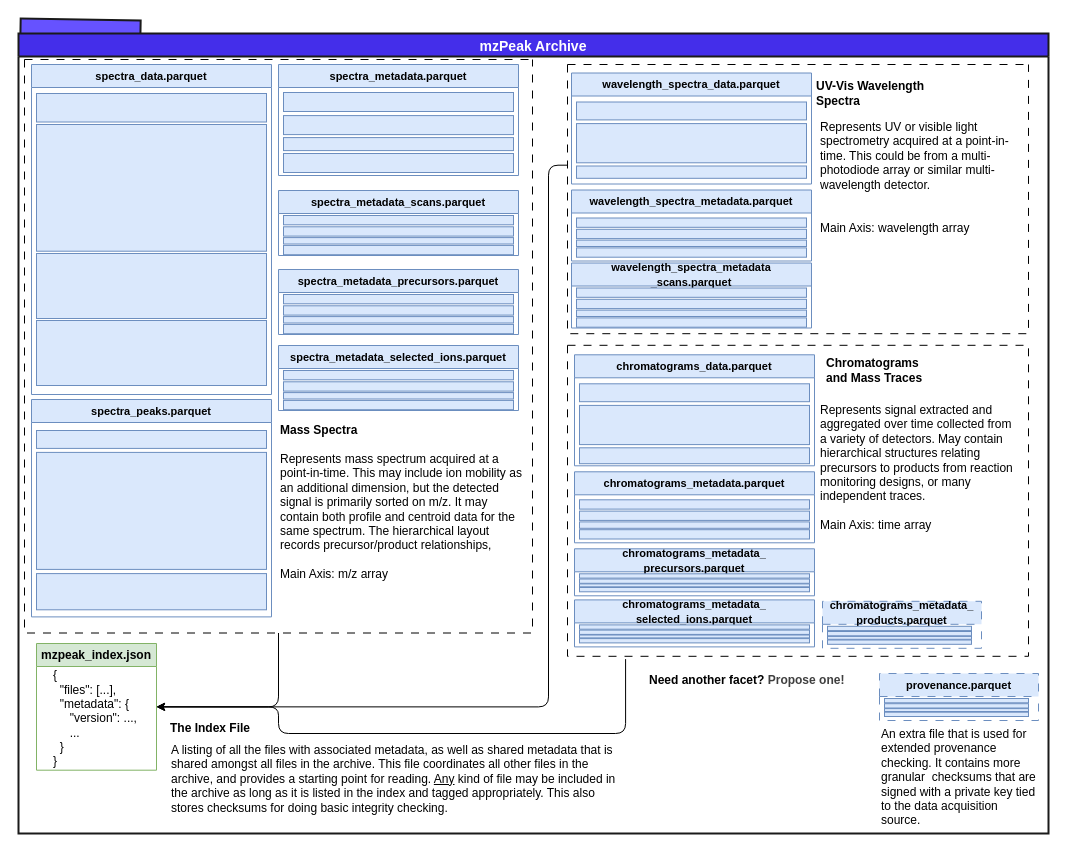
The draw.io diagram docs/assets/img/archive-layout.drawio in HUPO-PSI/mzPeak-specification, before the edit. Source tidied: cells renumbered, new cells numbered last; positions are measured from the earlier drawing's top-left corner, leaving out a move shared by most shapes. Both pictures are drawn from the tidied source at 100%, with x=0, y=0 at pixel (18, 19).
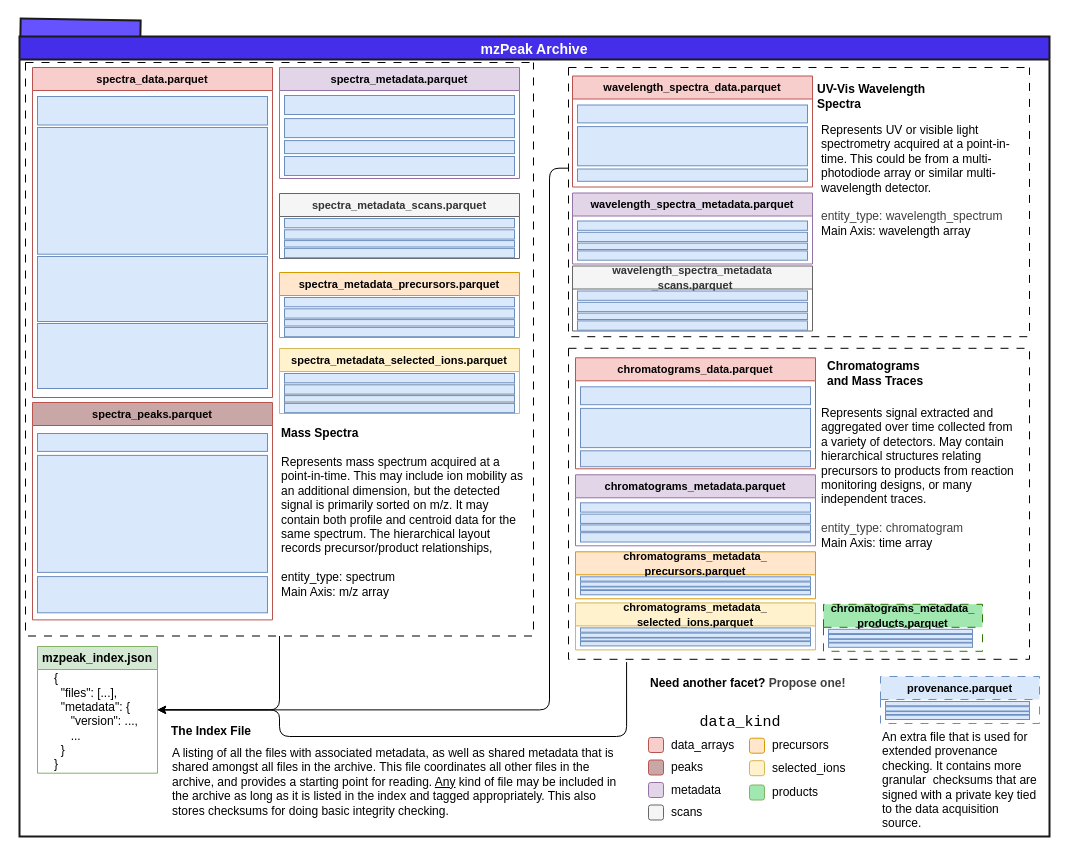
Above is the later version.

The change refers to these unchanged cells:
```xml
<mxCell id="45" style="swimlane;startSize=0;dashed=1;dashPattern=8 8;" parent="3" vertex="1">
  <mxGeometry x="6" y="26" width="508" height="573.5" as="geometry" />
</mxCell>
<mxCell id="69" style="swimlane;startSize=0;dashed=1;dashPattern=8 8;" parent="3" vertex="1">
  <mxGeometry x="549" y="31" width="461" height="269.2" as="geometry" />
</mxCell>
<mxCell id="71" style="group;" parent="3" vertex="1">
  <mxGeometry x="556" y="321.3" width="240" height="292.1" as="geometry" />
</mxCell>
<mxCell id="98" style="swimlane;startSize=0;dashed=1;dashPattern=8 8;" parent="3" vertex="1">
  <mxGeometry x="549" y="311.8" width="461" height="311" as="geometry" />
</mxCell>
```

The edit, as a diff of the source:
```diff
@@
     <mxCell id="3" value="mzPeak Archive" style="swimlane;fillColor=#442EEA;strokeColor=#1A1A1A;strokeWidth=2;fontSize=14;fontColor=#FFFFFF;" parent="1" vertex="1">
-      <mxGeometry y="14" width="1030" height="800" as="geometry" />
+      <mxGeometry x="1" y="17" width="1030" height="800" as="geometry" />
     </mxCell>
@@
-    <mxCell id="6" value="&lt;font style=&quot;font-size: 11px;&quot;&gt;spectra_peaks.parquet&lt;/font&gt;" style="swimlane;whiteSpace=wrap;html=1;fillColor=#dae8fc;strokeColor=#6c8ebf;" parent="3" vertex="1">
+    <mxCell id="6" value="&lt;font style=&quot;font-size: 11px;&quot;&gt;spectra_peaks.parquet&lt;/font&gt;" style="swimlane;whiteSpace=wrap;html=1;fillColor=light-dark(#C9A7A6,#DBB974);strokeColor=#b85450;" parent="3" vertex="1">
       <mxGeometry x="13" y="366" width="240" height="217.4" as="geometry" />
     </mxCell>
-    <mxCell id="7" value="&lt;font style=&quot;font-size: 11px;&quot;&gt;spectra_metadata_precursors.parquet&lt;/font&gt;" style="swimlane;whiteSpace=wrap;html=1;fillColor=#dae8fc;strokeColor=#6c8ebf;" parent="3" vertex="1">
+    <mxCell id="7" value="&lt;font style=&quot;font-size: 11px;&quot;&gt;spectra_metadata_precursors.parquet&lt;/font&gt;" style="swimlane;whiteSpace=wrap;html=1;fillColor=#ffe6cc;strokeColor=#d79b00;" parent="3" vertex="1">
       <mxGeometry x="260" y="236" width="240" height="65" as="geometry" />
     </mxCell>
@@
-    <mxCell id="14" value="&lt;font style=&quot;font-size: 11px;&quot;&gt;spectra_data.parquet&lt;/font&gt;" style="swimlane;whiteSpace=wrap;html=1;fillColor=#dae8fc;strokeColor=#6c8ebf;" parent="3" vertex="1">
+    <mxCell id="14" value="&lt;font style=&quot;font-size: 11px;&quot;&gt;spectra_data.parquet&lt;/font&gt;" style="swimlane;whiteSpace=wrap;html=1;fillColor=#f8cecc;strokeColor=#b85450;" parent="3" vertex="1">
       <mxGeometry x="13" y="31" width="240" height="330" as="geometry" />
     </mxCell>
@@
-    <mxCell id="20" value="&lt;font style=&quot;font-size: 11px;&quot;&gt;spectra_metadata_selected_ions.parquet&lt;/font&gt;" style="swimlane;whiteSpace=wrap;html=1;fillColor=#dae8fc;strokeColor=#6c8ebf;" parent="3" vertex="1">
+    <mxCell id="20" value="&lt;font style=&quot;font-size: 11px;&quot;&gt;spectra_metadata_selected_ions.parquet&lt;/font&gt;" style="swimlane;whiteSpace=wrap;html=1;fillColor=#fff2cc;strokeColor=#d6b656;" parent="3" vertex="1">
       <mxGeometry x="260" y="312" width="240" height="65" as="geometry" />
     </mxCell>
-    <mxCell id="21" style="group;" parent="20" vertex="1">
+    <mxCell id="21" style="group;fillColor=#fff2cc;strokeColor=#d6b656;" parent="20" vertex="1">
       <mxGeometry x="5" y="25" width="230" height="39.2" as="geometry" />
     </mxCell>
@@
-    <mxCell id="27" value="&lt;font style=&quot;font-size: 11px;&quot;&gt;spectra_metadata_scans.parquet&lt;/font&gt;" style="swimlane;whiteSpace=wrap;html=1;fillColor=#dae8fc;strokeColor=#6c8ebf;" parent="3" vertex="1">
+    <mxCell id="27" value="&lt;font style=&quot;font-size: 11px;&quot;&gt;spectra_metadata_scans.parquet&lt;/font&gt;" style="swimlane;whiteSpace=wrap;html=1;fillColor=#f5f5f5;strokeColor=#666666;fontColor=#333333;" parent="3" vertex="1">
       <mxGeometry x="260" y="157" width="240" height="65" as="geometry" />
     </mxCell>
@@
-    <mxCell id="34" value="&lt;font style=&quot;font-size: 11px;&quot;&gt;spectra_metadata.parquet&lt;/font&gt;" style="swimlane;whiteSpace=wrap;html=1;fillColor=#dae8fc;strokeColor=#6c8ebf;" parent="3" vertex="1">
+    <mxCell id="34" value="&lt;font style=&quot;font-size: 11px;&quot;&gt;spectra_metadata.parquet&lt;/font&gt;" style="swimlane;whiteSpace=wrap;html=1;fillColor=#e1d5e7;strokeColor=#9673a6;" parent="3" vertex="1">
       <mxGeometry x="260" y="31" width="240" height="111" as="geometry" />
     </mxCell>
@@
-    <mxCell id="47" value="Represents mass spectrum acquired at a point-in-time. This may include ion mobility as an additional dimension, but the detected signal is primarily sorted on m/z. It may contain both profile and centroid data for the same spectrum. The hierarchical layout records precursor/product relationships,&lt;div&gt;&lt;br&gt;&lt;/div&gt;&lt;div&gt;Main Axis: m/z array&lt;/div&gt;" style="text;html=1;whiteSpace=wrap;strokeColor=none;fillColor=none;align=left;verticalAlign=top;rounded=0;" parent="45" vertex="1">
+    <mxCell id="47" value="Represents mass spectrum acquired at a point-in-time. This may include ion mobility as an additional dimension, but the detected signal is primarily sorted on m/z. It may contain both profile and centroid data for the same spectrum. The hierarchical layout records precursor/product relationships,&lt;div&gt;&lt;br&gt;&lt;/div&gt;&lt;div&gt;entity_type: spectrum&lt;/div&gt;&lt;div&gt;Main Axis: m/z array&lt;/div&gt;" style="text;html=1;whiteSpace=wrap;strokeColor=none;fillColor=none;align=left;verticalAlign=top;rounded=0;" parent="45" vertex="1">
       <mxGeometry x="254" y="386" width="246" height="144.2" as="geometry" />
     </mxCell>
-    <mxCell id="48" value="&lt;font style=&quot;font-size: 11px;&quot;&gt;wavelength_spectra_data.parquet&lt;/font&gt;" style="swimlane;whiteSpace=wrap;html=1;fillColor=#dae8fc;strokeColor=#6c8ebf;" parent="3" vertex="1">
+    <mxCell id="48" value="&lt;font style=&quot;font-size: 11px;&quot;&gt;wavelength_spectra_data.parquet&lt;/font&gt;" style="swimlane;whiteSpace=wrap;html=1;fillColor=#f8cecc;strokeColor=#b85450;" parent="3" vertex="1">
       <mxGeometry x="553" y="39.5" width="240" height="111" as="geometry" />
     </mxCell>
@@
-    <mxCell id="53" value="&lt;font style=&quot;font-size: 11px;&quot;&gt;&lt;span style=&quot;color: rgb(0, 0, 0);&quot;&gt;wavelength_spectra&lt;/span&gt;_metadata.parquet&lt;/font&gt;" style="swimlane;whiteSpace=wrap;html=1;fillColor=#dae8fc;strokeColor=#6c8ebf;" parent="3" vertex="1">
+    <mxCell id="53" value="&lt;font style=&quot;font-size: 11px;&quot;&gt;&lt;span style=&quot;color: rgb(0, 0, 0);&quot;&gt;wavelength_spectra&lt;/span&gt;_metadata.parquet&lt;/font&gt;" style="swimlane;whiteSpace=wrap;html=1;fillColor=#e1d5e7;strokeColor=#9673a6;" parent="3" vertex="1">
       <mxGeometry x="553" y="156.5" width="240" height="71" as="geometry" />
     </mxCell>
@@
-    <mxCell id="60" value="&lt;font style=&quot;font-size: 11px;&quot;&gt;wavelength_spectra_metadata&lt;/font&gt;&lt;div&gt;&lt;font style=&quot;font-size: 11px;&quot;&gt;_scans.parquet&lt;/font&gt;&lt;/div&gt;" style="swimlane;whiteSpace=wrap;html=1;fillColor=#dae8fc;strokeColor=#6c8ebf;" parent="3" vertex="1">
+    <mxCell id="60" value="&lt;font style=&quot;font-size: 11px;&quot;&gt;wavelength_spectra_metadata&lt;/font&gt;&lt;div&gt;&lt;font style=&quot;font-size: 11px;&quot;&gt;_scans.parquet&lt;/font&gt;&lt;/div&gt;" style="swimlane;whiteSpace=wrap;html=1;fillColor=#f5f5f5;strokeColor=#666666;fontColor=#333333;" parent="3" vertex="1">
       <mxGeometry x="553" y="229.5" width="240" height="65" as="geometry" />
     </mxCell>
@@
-    <mxCell id="70" value="Represents UV or visible light spectrometry acquired at a point-in-time. This could be from a multi-photodiode array or similar multi-wavelength detector.&lt;div&gt;&lt;br&gt;&lt;/div&gt;&lt;div&gt;&lt;br&gt;&lt;/div&gt;&lt;div&gt;Main Axis: wavelength array&lt;/div&gt;" style="text;html=1;whiteSpace=wrap;strokeColor=none;fillColor=none;align=left;verticalAlign=top;rounded=0;" parent="69" vertex="1">
+    <mxCell id="70" value="Represents UV or visible light spectrometry acquired at a point-in-time. This could be from a multi-photodiode array or similar multi-wavelength detector.&lt;div&gt;&lt;br&gt;&lt;/div&gt;&lt;div&gt;&lt;span style=&quot;color: rgb(63, 63, 63);&quot;&gt;entity_type: wavelength_spectrum&lt;/span&gt;&lt;/div&gt;&lt;div&gt;Main Axis: wavelength array&lt;/div&gt;" style="text;html=1;whiteSpace=wrap;strokeColor=none;fillColor=none;align=left;verticalAlign=top;rounded=0;" parent="69" vertex="1">
       <mxGeometry x="251" y="49" width="199" height="126.7" as="geometry" />
     </mxCell>
@@
-    <mxCell id="72" value="&lt;font style=&quot;font-size: 11px;&quot;&gt;chromatograms_data.parquet&lt;/font&gt;" style="swimlane;whiteSpace=wrap;html=1;fillColor=#dae8fc;strokeColor=#6c8ebf;" parent="71" vertex="1">
+    <mxCell id="72" value="&lt;font style=&quot;font-size: 11px;&quot;&gt;chromatograms_data.parquet&lt;/font&gt;" style="swimlane;whiteSpace=wrap;html=1;fillColor=#f8cecc;strokeColor=#b85450;" parent="71" vertex="1">
       <mxGeometry width="240" height="111" as="geometry" />
     </mxCell>
@@
-    <mxCell id="77" value="&lt;font style=&quot;font-size: 11px;&quot;&gt;chromatograms_metadata.parquet&lt;/font&gt;" style="swimlane;whiteSpace=wrap;html=1;fillColor=#dae8fc;strokeColor=#6c8ebf;" parent="71" vertex="1">
+    <mxCell id="77" value="&lt;font style=&quot;font-size: 11px;&quot;&gt;chromatograms_metadata.parquet&lt;/font&gt;" style="swimlane;whiteSpace=wrap;html=1;fillColor=#e1d5e7;strokeColor=#9673a6;" parent="71" vertex="1">
       <mxGeometry y="117" width="240" height="71" as="geometry" />
     </mxCell>
@@
-    <mxCell id="84" value="&lt;font style=&quot;font-size: 11px;&quot;&gt;chromatograms_metadata_&lt;/font&gt;&lt;div&gt;&lt;font style=&quot;font-size: 11px;&quot;&gt;precursors.parquet&lt;/font&gt;&lt;/div&gt;" style="swimlane;whiteSpace=wrap;html=1;fillColor=#dae8fc;strokeColor=#6c8ebf;" parent="71" vertex="1">
+    <mxCell id="84" value="&lt;font style=&quot;font-size: 11px;&quot;&gt;chromatograms_metadata_&lt;/font&gt;&lt;div&gt;&lt;font style=&quot;font-size: 11px;&quot;&gt;precursors.parquet&lt;/font&gt;&lt;/div&gt;" style="swimlane;whiteSpace=wrap;html=1;fillColor=#ffe6cc;strokeColor=#d79b00;" parent="71" vertex="1">
       <mxGeometry y="194" width="240" height="47" as="geometry" />
     </mxCell>
@@
-    <mxCell id="91" value="&lt;font style=&quot;font-size: 11px;&quot;&gt;chromatograms_metadata_&lt;/font&gt;&lt;div&gt;&lt;font style=&quot;font-size: 11px;&quot;&gt;selected_ions.parquet&lt;/font&gt;&lt;/div&gt;" style="swimlane;whiteSpace=wrap;html=1;fillColor=#dae8fc;strokeColor=#6c8ebf;" parent="71" vertex="1">
+    <mxCell id="91" value="&lt;font style=&quot;font-size: 11px;&quot;&gt;chromatograms_metadata_&lt;/font&gt;&lt;div&gt;&lt;font style=&quot;font-size: 11px;&quot;&gt;selected_ions.parquet&lt;/font&gt;&lt;/div&gt;" style="swimlane;whiteSpace=wrap;html=1;fillColor=#fff2cc;strokeColor=#d6b656;" parent="71" vertex="1">
       <mxGeometry y="245.1" width="240" height="47" as="geometry" />
     </mxCell>
@@
-    <mxCell id="99" value="Represents signal extracted and aggregated over time collected from a variety of detectors. May contain hierarchical structures relating precursors to products from reaction monitoring designs, or many independent traces.&lt;div&gt;&lt;br&gt;&lt;/div&gt;&lt;div&gt;Main Axis: time array&lt;/div&gt;" style="text;html=1;whiteSpace=wrap;strokeColor=none;fillColor=none;align=left;verticalAlign=top;rounded=0;" parent="98" vertex="1">
+    <mxCell id="99" value="Represents signal extracted and aggregated over time collected from a variety of detectors. May contain hierarchical structures relating precursors to products from reaction monitoring designs, or many independent traces.&lt;div&gt;&lt;br&gt;&lt;/div&gt;&lt;div&gt;&lt;span style=&quot;color: rgb(63, 63, 63);&quot;&gt;entity_type: chromatogram&lt;/span&gt;&lt;/div&gt;&lt;div&gt;Main Axis: time array&lt;/div&gt;" style="text;html=1;whiteSpace=wrap;strokeColor=none;fillColor=none;align=left;verticalAlign=top;rounded=0;" parent="98" vertex="1">
       <mxGeometry x="251" y="51" width="199" height="138" as="geometry" />
     </mxCell>
-    <mxCell id="100" value="&lt;font style=&quot;font-size: 11px;&quot;&gt;chromatograms_metadata_&lt;/font&gt;&lt;div&gt;&lt;font style=&quot;font-size: 11px;&quot;&gt;products.parquet&lt;/font&gt;&lt;/div&gt;" style="swimlane;whiteSpace=wrap;html=1;fillColor=#dae8fc;strokeColor=#6c8ebf;dashed=1;dashPattern=8 8;" parent="98" vertex="1">
+    <mxCell id="100" value="&lt;font style=&quot;font-size: 11px; color: light-dark(rgb(0, 0, 0), rgb(0, 0, 0));&quot;&gt;chromatograms_metadata_&lt;/font&gt;&lt;div&gt;&lt;font style=&quot;font-size: 11px; color: light-dark(rgb(0, 0, 0), rgb(0, 0, 0));&quot;&gt;products.parquet&lt;/font&gt;&lt;/div&gt;" style="swimlane;whiteSpace=wrap;html=1;fillColor=light-dark(#A0E8B0,#BCF23D);strokeColor=#2D7600;dashed=1;dashPattern=8 8;fontColor=#ffffff;" parent="98" vertex="1">
       <mxGeometry x="255" y="256" width="159" height="47" as="geometry" />
     </mxCell>
@@
+    <mxCell id="119" style="group;" parent="3" vertex="1">
+      <mxGeometry x="629" y="693.5" width="204" height="97.5" as="geometry" />
+    </mxCell>
+    <mxCell id="120" style="rounded=1;whiteSpace=wrap;html=1;roundedPerimeter=1;fillColor=#f8cecc;strokeColor=#b85450;" parent="119" vertex="1">
+      <mxGeometry y="7.5" width="15" height="15" as="geometry" />
+    </mxCell>
+    <mxCell id="121" value="data_arrays" style="text;html=1;whiteSpace=wrap;strokeColor=none;fillColor=none;align=left;verticalAlign=middle;rounded=0;" parent="119" vertex="1">
+      <mxGeometry x="21" width="70" height="30" as="geometry" />
+    </mxCell>
+    <mxCell id="122" style="rounded=1;whiteSpace=wrap;html=1;roundedPerimeter=1;fillColor=light-dark(#c9a7a6, #512d2b);strokeColor=#b85450;" parent="119" vertex="1">
+      <mxGeometry y="30" width="15" height="15" as="geometry" />
+    </mxCell>
+    <mxCell id="123" value="peaks" style="text;html=1;whiteSpace=wrap;strokeColor=none;fillColor=none;align=left;verticalAlign=middle;rounded=0;" parent="119" vertex="1">
+      <mxGeometry x="21" y="22.5" width="52" height="30" as="geometry" />
+    </mxCell>
+    <mxCell id="124" style="rounded=1;whiteSpace=wrap;html=1;roundedPerimeter=1;fillColor=#e1d5e7;strokeColor=#9673a6;" parent="119" vertex="1">
+      <mxGeometry y="52.5" width="15" height="15" as="geometry" />
+    </mxCell>
+    <mxCell id="125" value="metadata" style="text;html=1;whiteSpace=wrap;strokeColor=none;fillColor=none;align=left;verticalAlign=middle;rounded=0;" parent="119" vertex="1">
+      <mxGeometry x="21" y="45" width="70" height="30" as="geometry" />
+    </mxCell>
+    <mxCell id="126" style="rounded=1;whiteSpace=wrap;html=1;roundedPerimeter=1;fillColor=#f5f5f5;strokeColor=#666666;fontColor=#333333;" parent="119" vertex="1">
+      <mxGeometry y="75" width="15" height="15" as="geometry" />
+    </mxCell>
+    <mxCell id="127" value="scans" style="text;html=1;whiteSpace=wrap;strokeColor=none;fillColor=none;align=left;verticalAlign=middle;rounded=0;" parent="119" vertex="1">
+      <mxGeometry x="21" y="67.5" width="52" height="30" as="geometry" />
+    </mxCell>
+    <mxCell id="128" style="rounded=1;whiteSpace=wrap;html=1;roundedPerimeter=1;fillColor=#ffe6cc;strokeColor=#d79b00;" parent="119" vertex="1">
+      <mxGeometry x="101" y="8.2" width="15" height="15" as="geometry" />
+    </mxCell>
+    <mxCell id="129" value="precursors" style="text;html=1;whiteSpace=wrap;strokeColor=none;fillColor=none;align=left;verticalAlign=middle;rounded=0;" parent="119" vertex="1">
+      <mxGeometry x="122" y="0.7" width="70" height="30" as="geometry" />
+    </mxCell>
+    <mxCell id="130" style="rounded=1;whiteSpace=wrap;html=1;roundedPerimeter=1;fillColor=#fff2cc;strokeColor=#d6b656;" parent="119" vertex="1">
+      <mxGeometry x="101" y="30.7" width="15" height="15" as="geometry" />
+    </mxCell>
+    <mxCell id="131" value="selected_ions" style="text;html=1;whiteSpace=wrap;strokeColor=none;fillColor=none;align=left;verticalAlign=middle;rounded=0;" parent="119" vertex="1">
+      <mxGeometry x="122" y="23.2" width="82" height="30" as="geometry" />
+    </mxCell>
+    <mxCell id="132" style="rounded=1;whiteSpace=wrap;html=1;roundedPerimeter=1;fillColor=light-dark(#a0e8b0, #1f2f1e);strokeColor=#82b366;" parent="119" vertex="1">
+      <mxGeometry x="101" y="55" width="15" height="15" as="geometry" />
+    </mxCell>
+    <mxCell id="133" value="products" style="text;html=1;whiteSpace=wrap;strokeColor=none;fillColor=none;align=left;verticalAlign=middle;rounded=0;" parent="119" vertex="1">
+      <mxGeometry x="122" y="47.5" width="82" height="30" as="geometry" />
+    </mxCell>
+    <mxCell id="134" value="&lt;font face=&quot;Courier New&quot;&gt;data_kind&lt;/font&gt;" style="text;html=1;whiteSpace=wrap;strokeColor=none;fillColor=none;align=center;verticalAlign=middle;rounded=0;fontSize=15;" parent="3" vertex="1">
+      <mxGeometry x="676" y="673" width="90" height="23.3" as="geometry" />
+    </mxCell>
```
